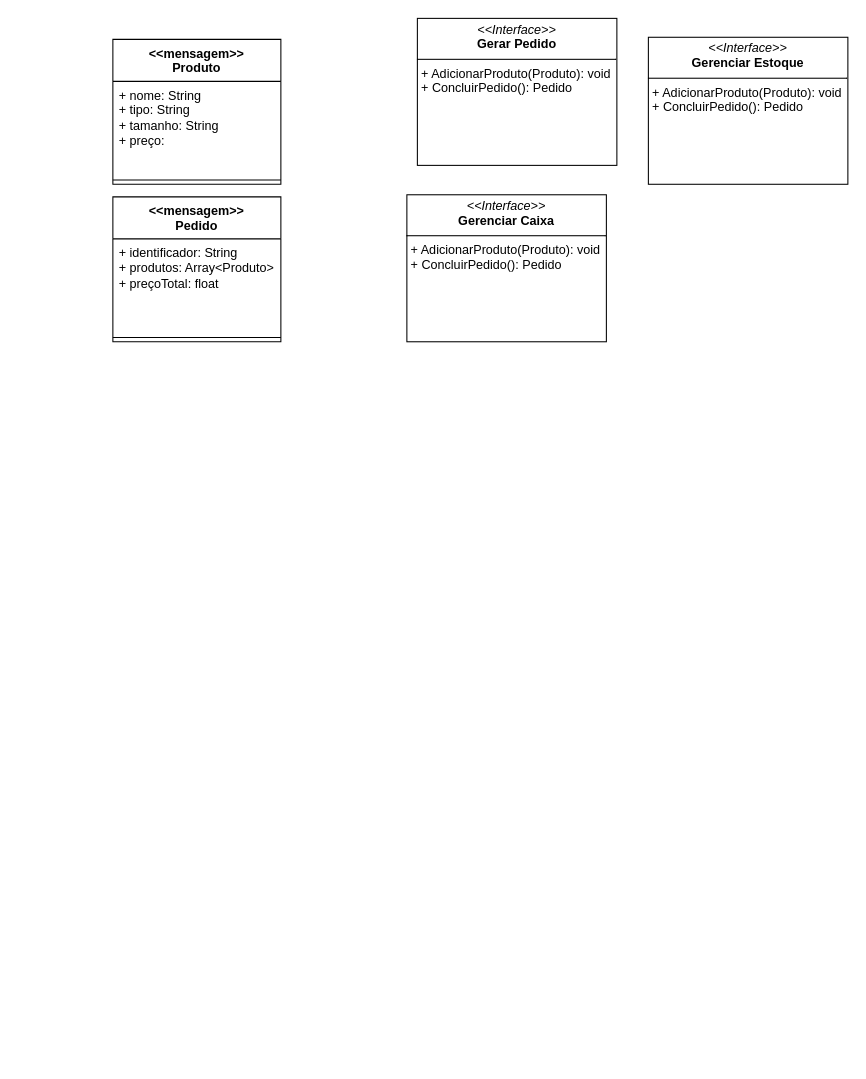
Before: design/design.drawio in WolWolffz/ThuderBass_Stock, a draw.io diagram. Source tidied: cells renumbered, new cells numbered last; positions are measured from the earlier drawing's top-left corner, leaving out a move shared by most shapes. Both pictures are drawn from the tidied source at 105%, with x=0, y=0 at pixel (112, 18).
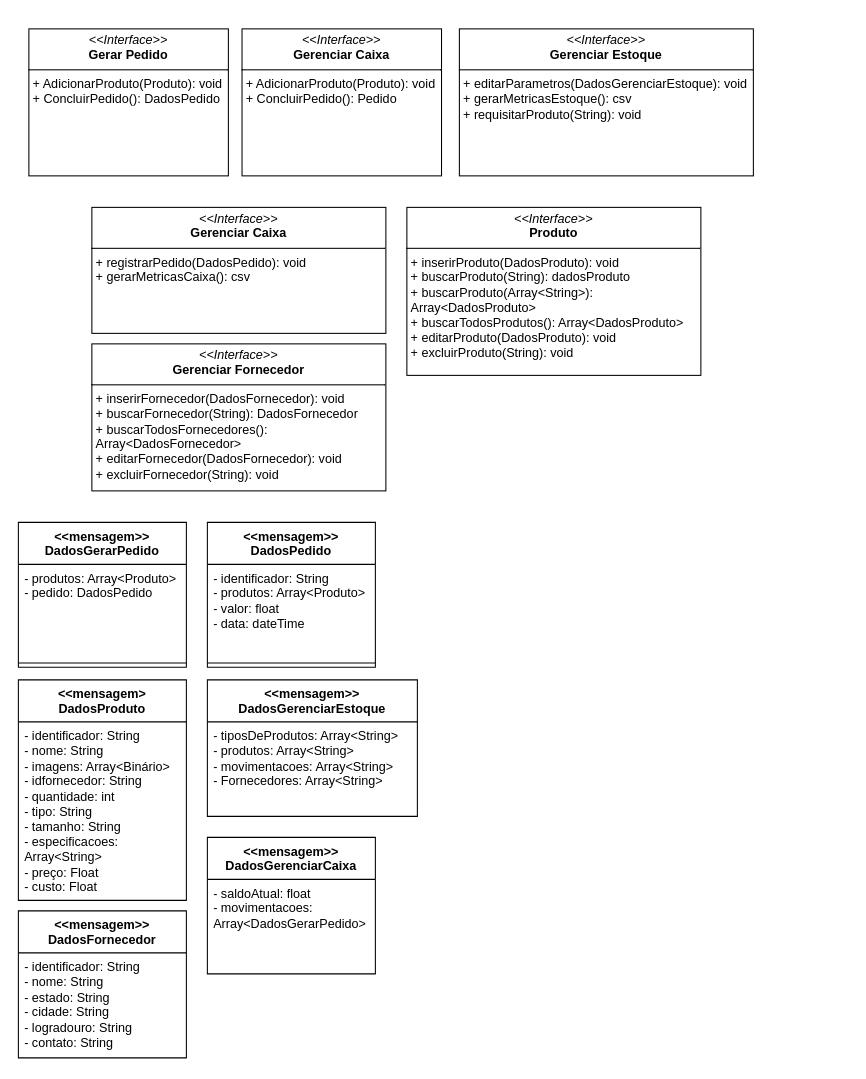
Above is the later version.

Change to the diagram source:
```diff
@@
-    <mxCell id="2" value="&lt;p style=&quot;margin:0px;margin-top:4px;text-align:center;&quot;&gt;&lt;i&gt;&amp;lt;&amp;lt;Interface&amp;gt;&amp;gt;&lt;/i&gt;&lt;br&gt;&lt;b&gt;Gerar Pedido&lt;/b&gt;&lt;/p&gt;&lt;hr size=&quot;1&quot; style=&quot;border-style:solid;&quot;&gt;&lt;p style=&quot;margin:0px;margin-left:4px;&quot;&gt;+ AdicionarProduto(Produto): void&lt;br&gt;+ ConcluirPedido(): Pedido&lt;/p&gt;" style="verticalAlign=top;align=left;overflow=fill;html=1;whiteSpace=wrap;" parent="1" vertex="1">
-      <mxGeometry x="290" width="190" height="140" as="geometry" />
+    <mxCell id="2" value="&lt;p style=&quot;margin:0px;margin-top:4px;text-align:center;&quot;&gt;&lt;i&gt;&amp;lt;&amp;lt;Interface&amp;gt;&amp;gt;&lt;/i&gt;&lt;br&gt;&lt;b&gt;Gerar Pedido&lt;/b&gt;&lt;/p&gt;&lt;hr size=&quot;1&quot; style=&quot;border-style:solid;&quot;&gt;&lt;p style=&quot;margin:0px;margin-left:4px;&quot;&gt;+ AdicionarProduto(Produto): void&lt;br&gt;+ ConcluirPedido(): DadosPedido&lt;/p&gt;" style="verticalAlign=top;align=left;overflow=fill;html=1;whiteSpace=wrap;" parent="1" vertex="1">
+      <mxGeometry x="-80" y="10" width="190" height="140" as="geometry" />
     </mxCell>
-    <mxCell id="3" value="&amp;lt;&amp;lt;mensagem&amp;gt;&amp;gt;&lt;div&gt;Produto&lt;/div&gt;" style="swimlane;fontStyle=1;align=center;verticalAlign=top;horizontal=1;startSize=40;whiteSpace=wrap;html=1;" parent="1" vertex="1">
-      <mxGeometry y="20" width="160" height="138" as="geometry" />
-    </mxCell>
-    <mxCell id="4" value="+ nome: String&lt;div&gt;+ tipo: String&lt;/div&gt;&lt;div&gt;+ tamanho: String&lt;/div&gt;&lt;div&gt;+ preço:&amp;nbsp;&lt;/div&gt;" style="text;strokeColor=none;fillColor=none;align=left;verticalAlign=top;spacingLeft=4;spacingRight=4;overflow=hidden;whiteSpace=wrap;html=1;" parent="3" vertex="1">
-      <mxGeometry y="40" width="160" height="90" as="geometry" />
-    </mxCell>
-    <mxCell id="5" style="line;strokeWidth=1;fillColor=none;align=left;verticalAlign=middle;spacingTop=-1;spacingLeft=3;spacingRight=3;labelPosition=right;strokeColor=inherit;" parent="3" vertex="1">
-      <mxGeometry y="130" width="160" height="8" as="geometry" />
-    </mxCell>
-    <mxCell id="6" value="&amp;lt;&amp;lt;mensagem&amp;gt;&amp;gt;&lt;div&gt;Pedido&lt;/div&gt;" style="swimlane;fontStyle=1;align=center;verticalAlign=top;horizontal=1;startSize=40;whiteSpace=wrap;html=1;" parent="1" vertex="1">
-      <mxGeometry y="170" width="160" height="138" as="geometry" />
+    <mxCell id="6" value="&amp;lt;&amp;lt;mensagem&amp;gt;&amp;gt;&lt;div&gt;DadosPedido&lt;/div&gt;" style="swimlane;fontStyle=1;align=center;verticalAlign=top;horizontal=1;startSize=40;whiteSpace=wrap;html=1;" parent="1" vertex="1">
+      <mxGeometry x="90" y="480" width="160" height="138" as="geometry" />
     </mxCell>
-    <mxCell id="7" value="+ identificador: String&lt;div&gt;+ produtos: Array&amp;lt;Produto&amp;gt;&lt;/div&gt;&lt;div&gt;+ preçoTotal: float&amp;nbsp;&lt;/div&gt;" style="text;strokeColor=none;fillColor=none;align=left;verticalAlign=top;spacingLeft=4;spacingRight=4;overflow=hidden;whiteSpace=wrap;html=1;" parent="6" vertex="1">
+    <mxCell id="7" value="- identificador: String&lt;div&gt;- produtos: Array&amp;lt;Produto&amp;gt;&lt;/div&gt;&lt;div&gt;- valor: float&lt;/div&gt;&lt;div&gt;- data: dateTime&lt;/div&gt;" style="text;strokeColor=none;fillColor=none;align=left;verticalAlign=top;spacingLeft=4;spacingRight=4;overflow=hidden;whiteSpace=wrap;html=1;" parent="6" vertex="1">
       <mxGeometry y="40" width="160" height="90" as="geometry" />
     </mxCell>
@@
-    <mxCell id="9" value="&lt;p style=&quot;margin:0px;margin-top:4px;text-align:center;&quot;&gt;&lt;i&gt;&amp;lt;&amp;lt;Interface&amp;gt;&amp;gt;&lt;/i&gt;&lt;br&gt;&lt;b&gt;Gerenciar Estoque&lt;/b&gt;&lt;/p&gt;&lt;hr size=&quot;1&quot; style=&quot;border-style:solid;&quot;&gt;&lt;p style=&quot;margin:0px;margin-left:4px;&quot;&gt;+ AdicionarProduto(Produto): void&lt;br&gt;+ ConcluirPedido(): Pedido&lt;/p&gt;" style="verticalAlign=top;align=left;overflow=fill;html=1;whiteSpace=wrap;" parent="1" vertex="1">
-      <mxGeometry x="510" y="18" width="190" height="140" as="geometry" />
+    <mxCell id="9" value="&lt;p style=&quot;margin:0px;margin-top:4px;text-align:center;&quot;&gt;&lt;i&gt;&amp;lt;&amp;lt;Interface&amp;gt;&amp;gt;&lt;/i&gt;&lt;br&gt;&lt;b&gt;Gerenciar Estoque&lt;/b&gt;&lt;/p&gt;&lt;hr size=&quot;1&quot; style=&quot;border-style:solid;&quot;&gt;&lt;p style=&quot;margin:0px;margin-left:4px;&quot;&gt;+ editarParametros(DadosGerenciarEstoque): void&lt;br&gt;&lt;/p&gt;&lt;p style=&quot;margin:0px;margin-left:4px;&quot;&gt;+ gerarMetricasEstoque(): csv&lt;/p&gt;&lt;p style=&quot;margin:0px;margin-left:4px;&quot;&gt;+ requisitarProduto(String): void&lt;/p&gt;" style="verticalAlign=top;align=left;overflow=fill;html=1;whiteSpace=wrap;" parent="1" vertex="1">
+      <mxGeometry x="330" y="10" width="280" height="140" as="geometry" />
     </mxCell>
     <mxCell id="10" value="&lt;p style=&quot;margin:0px;margin-top:4px;text-align:center;&quot;&gt;&lt;i&gt;&amp;lt;&amp;lt;Interface&amp;gt;&amp;gt;&lt;/i&gt;&lt;br&gt;&lt;b&gt;Gerenciar Caixa&lt;/b&gt;&lt;/p&gt;&lt;hr size=&quot;1&quot; style=&quot;border-style:solid;&quot;&gt;&lt;p style=&quot;margin:0px;margin-left:4px;&quot;&gt;+ AdicionarProduto(Produto): void&lt;br&gt;+ ConcluirPedido(): Pedido&lt;/p&gt;" style="verticalAlign=top;align=left;overflow=fill;html=1;whiteSpace=wrap;" parent="1" vertex="1">
-      <mxGeometry x="280" y="168" width="190" height="140" as="geometry" />
+      <mxGeometry x="123" y="10" width="190" height="140" as="geometry" />
     </mxCell>
+    <mxCell id="11" value="&amp;lt;&amp;lt;mensagem&amp;gt;&amp;gt;&lt;div&gt;DadosGerarPedido&lt;/div&gt;" style="swimlane;fontStyle=1;align=center;verticalAlign=top;horizontal=1;startSize=40;whiteSpace=wrap;html=1;" parent="1" vertex="1">
+      <mxGeometry x="-90" y="480" width="160" height="138" as="geometry" />
+    </mxCell>
+    <mxCell id="12" value="&lt;div&gt;- produtos: Array&amp;lt;Produto&amp;gt;&lt;/div&gt;&lt;div&gt;- pedido: DadosPedido&amp;nbsp;&lt;/div&gt;" style="text;strokeColor=none;fillColor=none;align=left;verticalAlign=top;spacingLeft=4;spacingRight=4;overflow=hidden;whiteSpace=wrap;html=1;" parent="11" vertex="1">
+      <mxGeometry y="40" width="160" height="90" as="geometry" />
+    </mxCell>
+    <mxCell id="5" style="line;strokeWidth=1;fillColor=none;align=left;verticalAlign=middle;spacingTop=-1;spacingLeft=3;spacingRight=3;labelPosition=right;strokeColor=inherit;" parent="11" vertex="1">
+      <mxGeometry y="130" width="160" height="8" as="geometry" />
+    </mxCell>
+    <mxCell id="3" value="&amp;lt;&amp;lt;mensagem&amp;gt;&lt;div&gt;DadosProduto&lt;/div&gt;" style="swimlane;fontStyle=1;align=center;verticalAlign=top;horizontal=1;startSize=40;whiteSpace=wrap;html=1;" parent="1" vertex="1">
+      <mxGeometry x="-90" y="630" width="160" height="210" as="geometry" />
+    </mxCell>
+    <mxCell id="4" value="&lt;div&gt;- identificador: String&lt;/div&gt;- nome: String&lt;div&gt;- imagens: Array&amp;lt;Binário&amp;gt;&lt;/div&gt;&lt;div&gt;- idfornecedor: String&lt;/div&gt;&lt;div&gt;- quantidade: int&lt;/div&gt;&lt;div&gt;- tipo: String&lt;/div&gt;&lt;div&gt;- tamanho: String&lt;/div&gt;&lt;div&gt;- especificacoes: Array&amp;lt;String&amp;gt;&lt;/div&gt;&lt;div&gt;-&lt;span style=&quot;background-color: initial;&quot;&gt;&amp;nbsp;preço: Float&lt;/span&gt;&lt;/div&gt;&lt;div&gt;&lt;span style=&quot;background-color: initial;&quot;&gt;- custo: Float&lt;/span&gt;&lt;/div&gt;" style="text;strokeColor=none;fillColor=none;align=left;verticalAlign=top;spacingLeft=4;spacingRight=4;overflow=hidden;whiteSpace=wrap;html=1;" parent="3" vertex="1">
+      <mxGeometry y="40" width="160" height="170" as="geometry" />
+    </mxCell>
+    <mxCell id="13" value="&amp;lt;&amp;lt;mensagem&amp;gt;&amp;gt;&lt;div&gt;DadosGerenciarEstoque&lt;/div&gt;" style="swimlane;fontStyle=1;align=center;verticalAlign=top;horizontal=1;startSize=40;whiteSpace=wrap;html=1;" parent="1" vertex="1">
+      <mxGeometry x="90" y="630" width="200" height="130" as="geometry" />
+    </mxCell>
+    <mxCell id="14" value="&lt;div&gt;- tiposDeProdutos: Array&amp;lt;String&amp;gt;&lt;/div&gt;&lt;div&gt;- produtos: Array&amp;lt;String&amp;gt;&lt;/div&gt;&lt;div&gt;- movimentacoes: Array&amp;lt;String&amp;gt;&lt;/div&gt;&lt;div&gt;- Fornecedores: Array&amp;lt;String&amp;gt;&lt;/div&gt;" style="text;strokeColor=none;fillColor=none;align=left;verticalAlign=top;spacingLeft=4;spacingRight=4;overflow=hidden;whiteSpace=wrap;html=1;" parent="13" vertex="1">
+      <mxGeometry y="40" width="200" height="90" as="geometry" />
+    </mxCell>
+    <mxCell id="15" value="&lt;p style=&quot;margin:0px;margin-top:4px;text-align:center;&quot;&gt;&lt;i&gt;&amp;lt;&amp;lt;Interface&amp;gt;&amp;gt;&lt;/i&gt;&lt;br&gt;&lt;b&gt;Gerenciar Caixa&lt;/b&gt;&lt;/p&gt;&lt;hr size=&quot;1&quot; style=&quot;border-style:solid;&quot;&gt;&lt;p style=&quot;margin:0px;margin-left:4px;&quot;&gt;+ registrarPedido(DadosPedido): void&lt;/p&gt;&lt;p style=&quot;margin:0px;margin-left:4px;&quot;&gt;+ gerarMetricasCaixa(): csv&lt;/p&gt;" style="verticalAlign=top;align=left;overflow=fill;html=1;whiteSpace=wrap;" parent="1" vertex="1">
+      <mxGeometry x="-20" y="180" width="280" height="120" as="geometry" />
+    </mxCell>
+    <mxCell id="16" value="&amp;lt;&amp;lt;mensagem&amp;gt;&amp;gt;&lt;div&gt;DadosGerenciarCaixa&lt;/div&gt;" style="swimlane;fontStyle=1;align=center;verticalAlign=top;horizontal=1;startSize=40;whiteSpace=wrap;html=1;" parent="1" vertex="1">
+      <mxGeometry x="90" y="780" width="160" height="130" as="geometry" />
+    </mxCell>
+    <mxCell id="17" value="- saldoAtual: float&lt;div&gt;- movimentacoes: Array&amp;lt;DadosGerarPedido&amp;gt;&lt;/div&gt;" style="text;strokeColor=none;fillColor=none;align=left;verticalAlign=top;spacingLeft=4;spacingRight=4;overflow=hidden;whiteSpace=wrap;html=1;" parent="16" vertex="1">
+      <mxGeometry y="40" width="160" height="90" as="geometry" />
+    </mxCell>
+    <mxCell id="18" value="&lt;p style=&quot;margin:0px;margin-top:4px;text-align:center;&quot;&gt;&lt;i&gt;&amp;lt;&amp;lt;Interface&amp;gt;&amp;gt;&lt;/i&gt;&lt;br&gt;&lt;b&gt;Produto&lt;/b&gt;&lt;/p&gt;&lt;hr size=&quot;1&quot; style=&quot;border-style:solid;&quot;&gt;&lt;p style=&quot;margin:0px;margin-left:4px;&quot;&gt;+ inserirProduto(DadosProduto): void&lt;br&gt;&lt;/p&gt;&lt;p style=&quot;margin:0px;margin-left:4px;&quot;&gt;+ buscarProduto(String): dadosProduto&lt;/p&gt;&lt;p style=&quot;margin:0px;margin-left:4px;&quot;&gt;+ buscarProduto(Array&amp;lt;String&amp;gt;): Array&amp;lt;DadosProduto&amp;gt;&lt;/p&gt;&lt;p style=&quot;margin:0px;margin-left:4px;&quot;&gt;+ buscarTodosProdutos(): Array&amp;lt;DadosProduto&amp;gt;&lt;/p&gt;&lt;p style=&quot;margin:0px;margin-left:4px;&quot;&gt;+ editarProduto(DadosProduto): void&lt;/p&gt;&lt;p style=&quot;margin:0px;margin-left:4px;&quot;&gt;+ excluirProduto(String): void&lt;/p&gt;" style="verticalAlign=top;align=left;overflow=fill;html=1;whiteSpace=wrap;" parent="1" vertex="1">
+      <mxGeometry x="280" y="180" width="280" height="160" as="geometry" />
+    </mxCell>
+    <mxCell id="19" value="&amp;lt;&amp;lt;mensagem&amp;gt;&amp;gt;&lt;div&gt;DadosFornecedor&lt;/div&gt;" style="swimlane;fontStyle=1;align=center;verticalAlign=top;horizontal=1;startSize=40;whiteSpace=wrap;html=1;" parent="1" vertex="1">
+      <mxGeometry x="-90" y="850" width="160" height="140" as="geometry" />
+    </mxCell>
+    <mxCell id="20" value="&lt;div&gt;- identificador: String&lt;/div&gt;&lt;div&gt;&lt;span style=&quot;background-color: initial;&quot;&gt;- nome: String&lt;/span&gt;&lt;/div&gt;&lt;div&gt;&lt;span style=&quot;background-color: initial;&quot;&gt;- estado: String&lt;/span&gt;&lt;/div&gt;&lt;div&gt;&lt;span style=&quot;background-color: initial;&quot;&gt;- cidade: String&lt;/span&gt;&lt;/div&gt;&lt;div&gt;&lt;span style=&quot;background-color: initial;&quot;&gt;- logradouro: String&lt;/span&gt;&lt;/div&gt;&lt;div&gt;&lt;span style=&quot;background-color: initial;&quot;&gt;- contato: String&amp;nbsp;&lt;/span&gt;&lt;/div&gt;" style="text;strokeColor=none;fillColor=none;align=left;verticalAlign=top;spacingLeft=4;spacingRight=4;overflow=hidden;whiteSpace=wrap;html=1;" parent="19" vertex="1">
+      <mxGeometry y="40" width="160" height="100" as="geometry" />
+    </mxCell>
+    <mxCell id="21" value="&lt;p style=&quot;margin:0px;margin-top:4px;text-align:center;&quot;&gt;&lt;i&gt;&amp;lt;&amp;lt;Interface&amp;gt;&amp;gt;&lt;/i&gt;&lt;br&gt;&lt;b&gt;Gerenciar Fornecedor&lt;/b&gt;&lt;/p&gt;&lt;hr size=&quot;1&quot; style=&quot;border-style:solid;&quot;&gt;&lt;p style=&quot;margin:0px;margin-left:4px;&quot;&gt;+ inserirFornecedor(DadosFornecedor): void&lt;/p&gt;&lt;p style=&quot;margin:0px;margin-left:4px;&quot;&gt;+ buscarFornecedor(String): DadosFornecedor&lt;/p&gt;&lt;p style=&quot;margin:0px;margin-left:4px;&quot;&gt;+ buscarTodosFornecedores(): Array&amp;lt;DadosFornecedor&amp;gt;&lt;/p&gt;&lt;p style=&quot;margin:0px;margin-left:4px;&quot;&gt;+ editarFornecedor(DadosFornecedor): void&lt;/p&gt;&lt;p style=&quot;margin:0px;margin-left:4px;&quot;&gt;+ excluirFornecedor(String): void&lt;/p&gt;" style="verticalAlign=top;align=left;overflow=fill;html=1;whiteSpace=wrap;" parent="1" vertex="1">
+      <mxGeometry x="-20" y="310" width="280" height="140" as="geometry" />
+    </mxCell>
```
